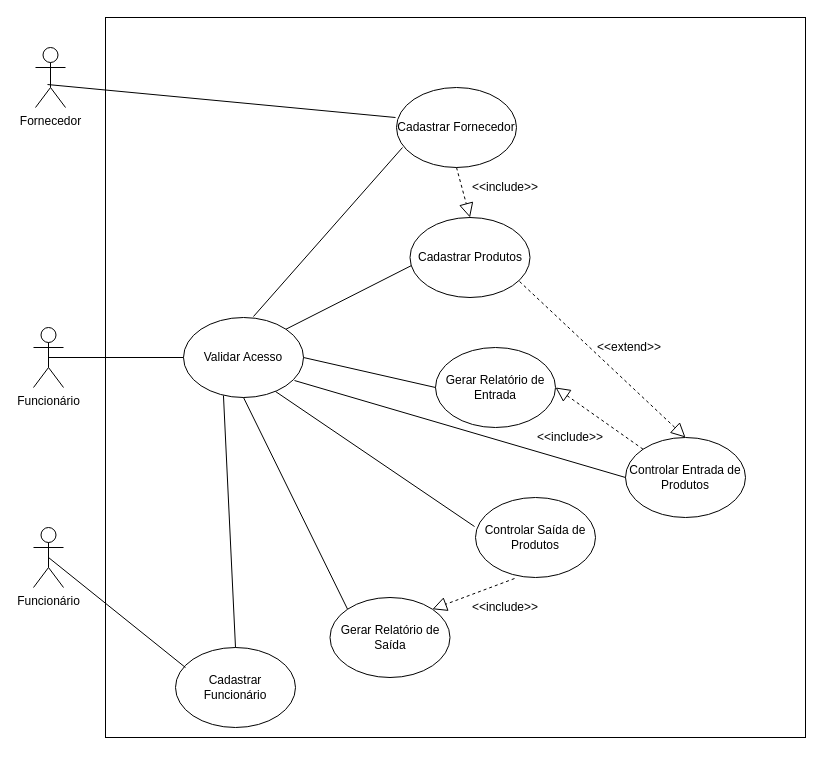
The draw.io diagram UML/casoDeUso.drawio in fernandounger/OfficeClean, before the edit. Source tidied: cells renumbered, new cells numbered last; positions are measured from the earlier drawing's top-left corner, leaving out a move shared by most shapes. Both pictures are drawn from the tidied source at 100%, with x=0, y=0 at pixel (33, 17).
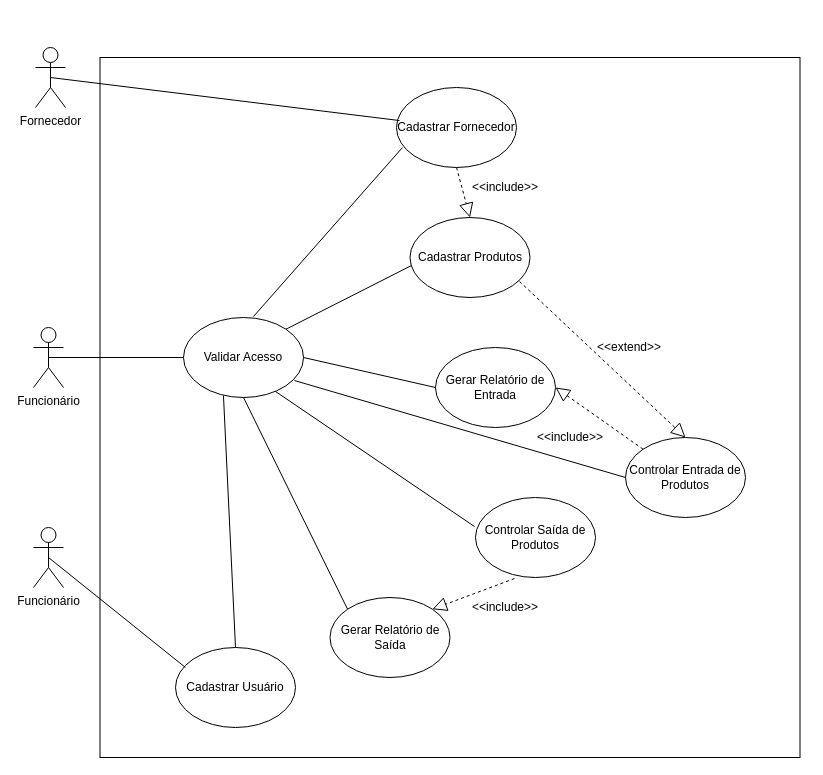
The same page after the edit.

Unchanged cells that the change refers to:
```xml
<mxCell id="9" value="Cadastrar Fornecedor" style="ellipse;whiteSpace=wrap;html=1;" parent="1" vertex="1">
  <mxGeometry x="363" y="70" width="120" height="80" as="geometry" />
</mxCell>
<mxCell id="11" value="Fornecedor" style="shape=umlActor;verticalLabelPosition=bottom;labelBackgroundColor=#ffffff;verticalAlign=top;html=1;" parent="1" vertex="1">
  <mxGeometry x="2" y="30" width="30" height="60" as="geometry" />
</mxCell>
```

The edit, as a diff of the source:
```diff
@@
-    <mxCell id="2" style="rounded=0;whiteSpace=wrap;html=1;" parent="1" vertex="1">
-      <mxGeometry x="72" width="700" height="720" as="geometry" />
-    </mxCell>
+    <mxCell id="32" style="whiteSpace=wrap;html=1;" parent="1" vertex="1">
+      <mxGeometry x="66.5" y="40" width="700" height="700" as="geometry" />
+    </mxCell>
@@
-    <mxCell id="16" style="endArrow=none;html=1;exitX=0.4;exitY=0.617;exitDx=0;exitDy=0;exitPerimeter=0;" parent="1" edge="1" source="11">
-      <mxGeometry relative="1" as="geometry">
-        <mxPoint x="362" y="100" as="targetPoint" />
-      </mxGeometry>
+    <mxCell id="16" style="endArrow=none;html=1;exitX=0.5;exitY=0.5;exitDx=0;exitDy=0;exitPerimeter=0;entryX=0.025;entryY=0.413;entryDx=0;entryDy=0;entryPerimeter=0;" parent="1" edge="1" source="11" target="9">
+      <mxGeometry relative="1" as="geometry" />
     </mxCell>
@@
-    <mxCell id="28" value="Cadastrar Funcionário" style="ellipse;whiteSpace=wrap;html=1;" parent="1" vertex="1">
+    <mxCell id="28" value="Cadastrar Usuário" style="ellipse;whiteSpace=wrap;html=1;" parent="1" vertex="1">
       <mxGeometry x="142" y="630" width="120" height="80" as="geometry" />
     </mxCell>
```
